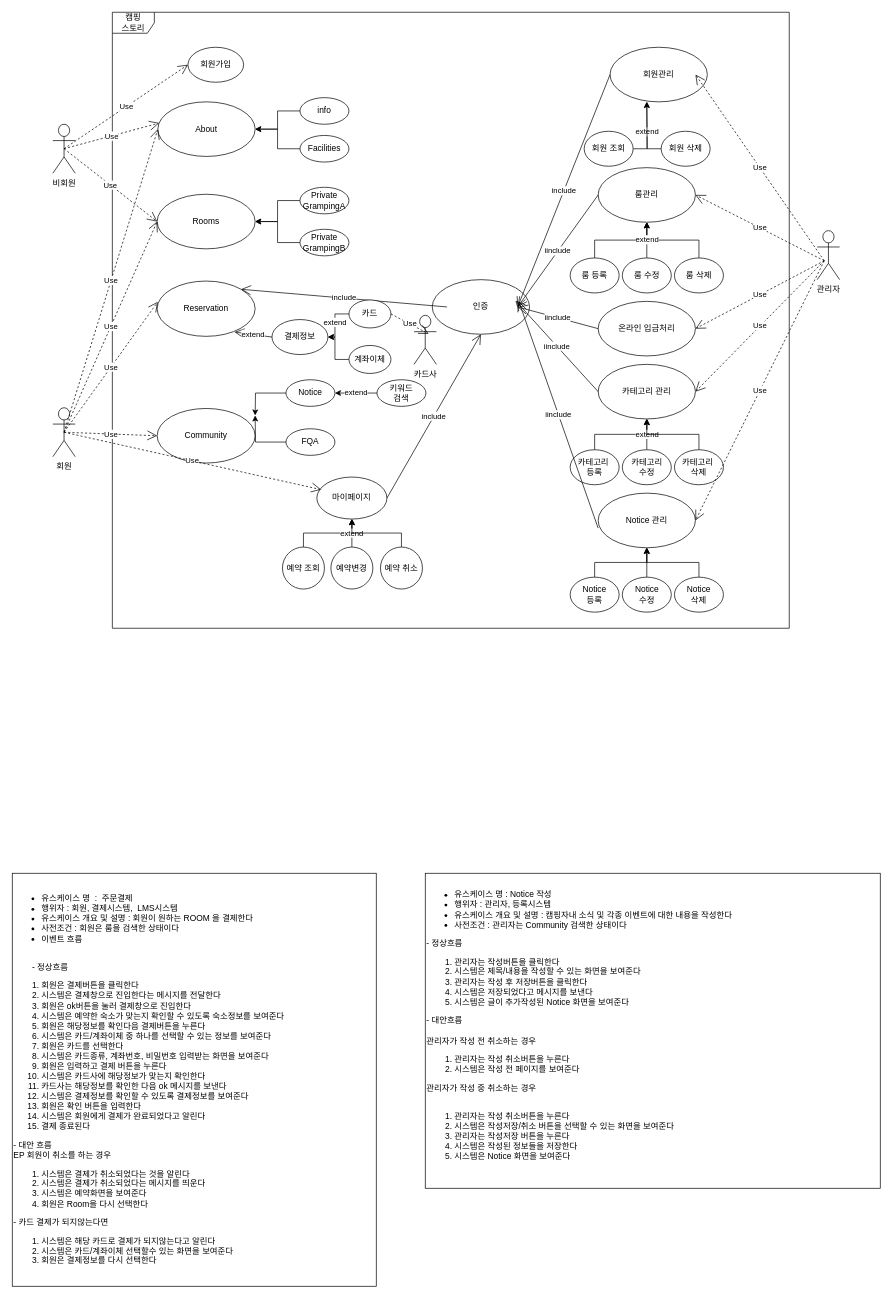
Earlier version of the draw.io diagram CJG Usecase.drawio (JeongJason/Camping-Story). Source tidied: cells renumbered, new cells numbered last; positions are measured from the earlier drawing's top-left corner, leaving out a move shared by most shapes. Both pictures are drawn from the tidied source at 70%, with x=0, y=0 at pixel (12, 12).
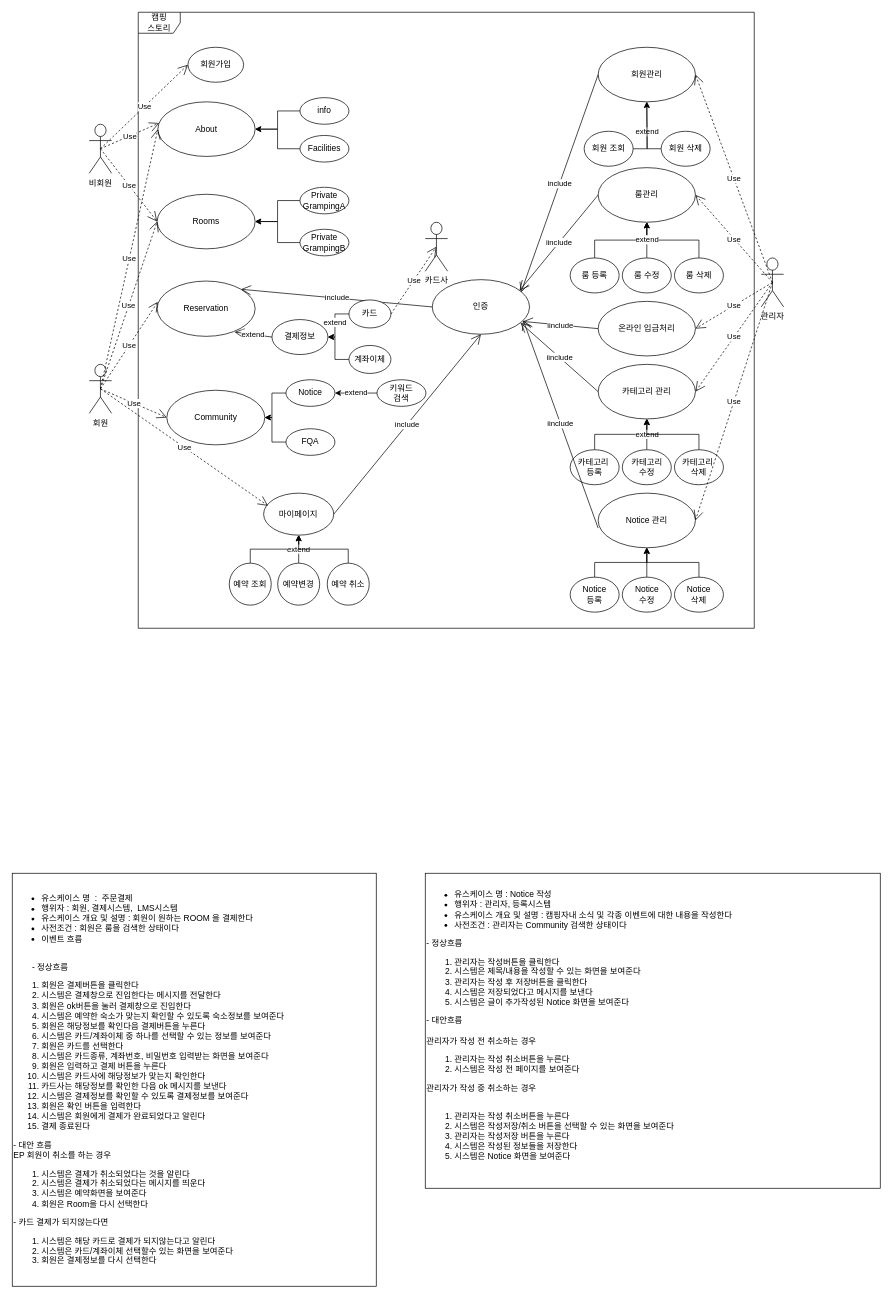
The same page after the edit.

The change refers to these unchanged cells:
```xml
<mxCell id="8" value="Reservation" style="ellipse;whiteSpace=wrap;html=1;" parent="1" vertex="1">
  <mxGeometry x="207" y="384" width="140" height="79" as="geometry" />
</mxCell>
<mxCell id="26" value="인증" style="ellipse;whiteSpace=wrap;html=1;" parent="1" vertex="1">
  <mxGeometry x="600" y="382" width="139" height="78" as="geometry" />
</mxCell>
<mxCell id="34" value="룸관리" style="ellipse;whiteSpace=wrap;html=1;" parent="1" vertex="1">
  <mxGeometry x="837" y="222" width="139" height="78" as="geometry" />
</mxCell>
<mxCell id="42" value="온라인 입금처리" style="ellipse;whiteSpace=wrap;html=1;" parent="1" vertex="1">
  <mxGeometry x="837" y="413" width="139" height="78" as="geometry" />
</mxCell>
<mxCell id="43" value="카테고리 관리" style="ellipse;whiteSpace=wrap;html=1;" parent="1" vertex="1">
  <mxGeometry x="837" y="503" width="139" height="78" as="geometry" />
</mxCell>
<mxCell id="59" value="카드" style="ellipse;whiteSpace=wrap;html=1;" parent="1" vertex="1">
  <mxGeometry x="481" y="411" width="60" height="40" as="geometry" />
</mxCell>
<mxCell id="74" value="Notice" style="ellipse;whiteSpace=wrap;html=1;" parent="1" vertex="1">
  <mxGeometry x="391" y="525" width="70" height="38" as="geometry" />
</mxCell>
<mxCell id="76" value="FQA" style="ellipse;whiteSpace=wrap;html=1;" parent="1" vertex="1">
  <mxGeometry x="391" y="595" width="70" height="38" as="geometry" />
</mxCell>
<mxCell id="81" value="Notice 관리" style="ellipse;whiteSpace=wrap;html=1;" parent="1" vertex="1">
  <mxGeometry x="837" y="687" width="139" height="78" as="geometry" />
</mxCell>
```

Change to the diagram source:
```diff
@@
     <mxCell id="2" value="캠핑&lt;br&gt;스토리" style="shape=umlFrame;whiteSpace=wrap;html=1;" parent="1" vertex="1">
-      <mxGeometry x="143" width="967" height="880" as="geometry" />
+      <mxGeometry x="180" width="880" height="880" as="geometry" />
     </mxCell>
     <mxCell id="3" value="회원" style="shape=umlActor;verticalLabelPosition=bottom;verticalAlign=top;html=1;" parent="1" vertex="1">
-      <mxGeometry x="58" y="565" width="32" height="70" as="geometry" />
+      <mxGeometry x="110" y="503" width="32" height="70" as="geometry" />
     </mxCell>
     <mxCell id="4" value="비회원" style="shape=umlActor;verticalLabelPosition=bottom;verticalAlign=top;html=1;" parent="1" vertex="1">
-      <mxGeometry x="58" y="160" width="32" height="70" as="geometry" />
+      <mxGeometry x="110" y="160" width="32" height="70" as="geometry" />
     </mxCell>
-    <mxCell id="5" value="관리자" style="shape=umlActor;verticalLabelPosition=bottom;verticalAlign=top;html=1;" parent="1" vertex="1">
-      <mxGeometry x="1150" y="312" width="32" height="70" as="geometry" />
-    </mxCell>
@@
     <mxCell id="9" value="Community" style="ellipse;whiteSpace=wrap;html=1;" parent="1" vertex="1">
-      <mxGeometry x="207" y="566" width="140" height="78" as="geometry" />
+      <mxGeometry x="220.8" y="540" width="140" height="78" as="geometry" />
     </mxCell>
@@
     <mxCell id="17" value="마이페이지" style="ellipse;whiteSpace=wrap;html=1;" parent="1" vertex="1">
-      <mxGeometry x="435.1" y="664" width="100.2" height="60" as="geometry" />
+      <mxGeometry x="359.1" y="687" width="100.2" height="60" as="geometry" />
     </mxCell>
@@
     <mxCell id="19" value="예약 조회" style="ellipse;whiteSpace=wrap;html=1;" parent="1" vertex="1">
-      <mxGeometry x="386" y="764" width="60" height="60" as="geometry" />
+      <mxGeometry x="310" y="787" width="60" height="60" as="geometry" />
     </mxCell>
@@
     <mxCell id="21" value="예약변경" style="ellipse;whiteSpace=wrap;html=1;" parent="1" vertex="1">
-      <mxGeometry x="455.2" y="764" width="60" height="60" as="geometry" />
+      <mxGeometry x="379.2" y="787" width="60" height="60" as="geometry" />
     </mxCell>
@@
     <mxCell id="23" value="예약 취소" style="ellipse;whiteSpace=wrap;html=1;" parent="1" vertex="1">
-      <mxGeometry x="526" y="764" width="60" height="60" as="geometry" />
+      <mxGeometry x="450" y="787" width="60" height="60" as="geometry" />
     </mxCell>
@@
-    <mxCell id="27" value="include" style="endArrow=open;endSize=12;html=1;rounded=0;entryX=1;entryY=0;entryDx=0;entryDy=0;exitX=0;exitY=0.5;exitDx=0;exitDy=0;" parent="1" edge="1" target="8">
-      <mxGeometry relative="1" as="geometry">
-        <mxPoint x="621" y="421" as="sourcePoint" />
-      </mxGeometry>
+    <mxCell id="27" value="include" style="endArrow=open;endSize=12;html=1;rounded=0;entryX=1;entryY=0;entryDx=0;entryDy=0;exitX=0;exitY=0.5;exitDx=0;exitDy=0;" parent="1" edge="1" source="26" target="8">
+      <mxGeometry relative="1" as="geometry" />
     </mxCell>
     <mxCell id="28" value="회원관리" style="ellipse;whiteSpace=wrap;html=1;" parent="1" vertex="1">
-      <mxGeometry x="854" y="50" width="139" height="78" as="geometry" />
+      <mxGeometry x="837" y="50" width="139" height="78" as="geometry" />
     </mxCell>
@@
-    <mxCell id="33" value="Use" style="endArrow=open;endSize=12;dashed=1;html=1;rounded=0;exitX=0.5;exitY=0.5;exitDx=0;exitDy=0;exitPerimeter=0;entryX=1;entryY=0.5;entryDx=0;entryDy=0;" parent="1" edge="1">
+    <mxCell id="33" value="Use" style="endArrow=open;endSize=12;dashed=1;html=1;rounded=0;exitX=0.5;exitY=0.5;exitDx=0;exitDy=0;exitPerimeter=0;entryX=1;entryY=0.5;entryDx=0;entryDy=0;" parent="1" edge="1" source="5">
       <mxGeometry relative="1" as="geometry">
-        <mxPoint x="1160" y="355" as="sourcePoint" />
         <mxPoint x="976" y="89" as="targetPoint" />
       </mxGeometry>
     </mxCell>
@@
-    <mxCell id="41" value="Use" style="endArrow=open;endSize=12;dashed=1;html=1;rounded=0;exitX=0.5;exitY=0.5;exitDx=0;exitDy=0;exitPerimeter=0;entryX=1;entryY=0.5;entryDx=0;entryDy=0;" parent="1" edge="1" target="34">
-      <mxGeometry relative="1" as="geometry">
-        <mxPoint x="1160" y="355" as="sourcePoint" />
-      </mxGeometry>
+    <mxCell id="41" value="Use" style="endArrow=open;endSize=12;dashed=1;html=1;rounded=0;exitX=0.5;exitY=0.5;exitDx=0;exitDy=0;exitPerimeter=0;entryX=1;entryY=0.5;entryDx=0;entryDy=0;" parent="1" edge="1" source="5" target="34">
+      <mxGeometry relative="1" as="geometry" />
     </mxCell>
@@
-    <mxCell id="50" value="Use" style="endArrow=open;endSize=12;dashed=1;html=1;rounded=0;exitX=0.5;exitY=0.5;exitDx=0;exitDy=0;exitPerimeter=0;entryX=1;entryY=0.5;entryDx=0;entryDy=0;" parent="1" edge="1" target="42">
-      <mxGeometry relative="1" as="geometry">
-        <mxPoint x="1160" y="355" as="sourcePoint" />
-      </mxGeometry>
+    <mxCell id="50" value="Use" style="endArrow=open;endSize=12;dashed=1;html=1;rounded=0;exitX=0.5;exitY=0.5;exitDx=0;exitDy=0;exitPerimeter=0;entryX=1;entryY=0.5;entryDx=0;entryDy=0;" parent="1" edge="1" source="5" target="42">
+      <mxGeometry relative="1" as="geometry" />
     </mxCell>
-    <mxCell id="51" value="Use" style="endArrow=open;endSize=12;dashed=1;html=1;rounded=0;exitX=0.5;exitY=0.5;exitDx=0;exitDy=0;exitPerimeter=0;entryX=1;entryY=0.5;entryDx=0;entryDy=0;" parent="1" edge="1" target="43">
-      <mxGeometry relative="1" as="geometry">
-        <mxPoint x="1160" y="355" as="sourcePoint" />
-      </mxGeometry>
+    <mxCell id="51" value="Use" style="endArrow=open;endSize=12;dashed=1;html=1;rounded=0;exitX=0.5;exitY=0.5;exitDx=0;exitDy=0;exitPerimeter=0;entryX=1;entryY=0.5;entryDx=0;entryDy=0;" parent="1" edge="1" source="5" target="43">
+      <mxGeometry relative="1" as="geometry" />
     </mxCell>
-    <mxCell id="52" value="include" style="endArrow=open;endSize=12;html=1;rounded=0;exitX=0;exitY=0.5;exitDx=0;exitDy=0;entryX=1;entryY=0.5;entryDx=0;entryDy=0;" parent="1" edge="1" source="28">
-      <mxGeometry relative="1" as="geometry">
-        <mxPoint x="722" y="421" as="targetPoint" />
-      </mxGeometry>
+    <mxCell id="52" value="include" style="endArrow=open;endSize=12;html=1;rounded=0;exitX=0;exitY=0.5;exitDx=0;exitDy=0;entryX=0.912;entryY=0.234;entryDx=0;entryDy=0;entryPerimeter=0;" parent="1" edge="1" source="28" target="26">
+      <mxGeometry relative="1" as="geometry" />
     </mxCell>
-    <mxCell id="53" value="iinclude" style="endArrow=open;endSize=12;html=1;rounded=0;exitX=0;exitY=0.5;exitDx=0;exitDy=0;entryX=1;entryY=0.5;entryDx=0;entryDy=0;" parent="1" edge="1" source="34">
-      <mxGeometry relative="1" as="geometry">
-        <mxPoint x="722" y="421" as="targetPoint" />
-      </mxGeometry>
+    <mxCell id="53" value="iinclude" style="endArrow=open;endSize=12;html=1;rounded=0;exitX=0;exitY=0.5;exitDx=0;exitDy=0;entryX=0.897;entryY=0.199;entryDx=0;entryDy=0;entryPerimeter=0;" parent="1" edge="1" source="34" target="26">
+      <mxGeometry relative="1" as="geometry" />
     </mxCell>
-    <mxCell id="54" value="iinclude" style="endArrow=open;endSize=12;html=1;rounded=0;exitX=0;exitY=0.5;exitDx=0;exitDy=0;entryX=1;entryY=0.5;entryDx=0;entryDy=0;" parent="1" edge="1" source="42">
-      <mxGeometry relative="1" as="geometry">
-        <mxPoint x="722" y="421" as="targetPoint" />
-      </mxGeometry>
+    <mxCell id="54" value="iinclude" style="endArrow=open;endSize=12;html=1;rounded=0;exitX=0;exitY=0.5;exitDx=0;exitDy=0;entryX=0.932;entryY=0.765;entryDx=0;entryDy=0;entryPerimeter=0;" parent="1" edge="1" source="42" target="26">
+      <mxGeometry relative="1" as="geometry" />
     </mxCell>
-    <mxCell id="55" value="iinclude" style="endArrow=open;endSize=12;html=1;rounded=0;exitX=0;exitY=0.5;exitDx=0;exitDy=0;entryX=0.978;entryY=0.385;entryDx=0;entryDy=0;entryPerimeter=0;" parent="1" edge="1" source="43">
-      <mxGeometry relative="1" as="geometry">
-        <mxPoint x="718.9" y="412" as="targetPoint" />
-      </mxGeometry>
+    <mxCell id="55" value="iinclude" style="endArrow=open;endSize=12;html=1;rounded=0;exitX=0;exitY=0.5;exitDx=0;exitDy=0;entryX=0.907;entryY=0.791;entryDx=0;entryDy=0;entryPerimeter=0;" parent="1" edge="1" source="43" target="26">
+      <mxGeometry relative="1" as="geometry" />
     </mxCell>
@@
     <mxCell id="62" value="카드사" style="shape=umlActor;verticalLabelPosition=bottom;verticalAlign=top;html=1;" parent="1" vertex="1">
-      <mxGeometry x="574" y="433" width="32" height="70" as="geometry" />
+      <mxGeometry x="590" y="300" width="32" height="70" as="geometry" />
     </mxCell>
-    <mxCell id="63" value="Use" style="endArrow=open;endSize=12;dashed=1;html=1;rounded=0;exitX=1;exitY=0.5;exitDx=0;exitDy=0;" parent="1" edge="1" source="59">
-      <mxGeometry relative="1" as="geometry">
-        <mxPoint x="595" y="459.5" as="targetPoint" />
-      </mxGeometry>
+    <mxCell id="63" value="Use" style="endArrow=open;endSize=12;dashed=1;html=1;rounded=0;exitX=1;exitY=0.5;exitDx=0;exitDy=0;entryX=0.5;entryY=0.5;entryDx=0;entryDy=0;entryPerimeter=0;" parent="1" edge="1" source="59" target="62">
+      <mxGeometry relative="1" as="geometry" />
     </mxCell>
@@
-    <mxCell id="73" style="edgeStyle=orthogonalEdgeStyle;rounded=0;jettySize=auto;html=1;" parent="1" edge="1" source="74">
-      <mxGeometry relative="1" as="geometry">
-        <mxPoint x="347" y="576" as="targetPoint" />
-      </mxGeometry>
-    </mxCell>
+    <mxCell id="90" style="edgeStyle=orthogonalEdgeStyle;rounded=0;jettySize=auto;html=1;" parent="1" edge="1" source="74" target="9">
+      <mxGeometry relative="1" as="geometry" />
+    </mxCell>
@@
-    <mxCell id="75" style="edgeStyle=orthogonalEdgeStyle;rounded=0;jettySize=auto;html=1;" parent="1" edge="1" source="76">
-      <mxGeometry relative="1" as="geometry">
-        <mxPoint x="347" y="576" as="targetPoint" />
-      </mxGeometry>
-    </mxCell>
+    <mxCell id="91" style="edgeStyle=orthogonalEdgeStyle;rounded=0;jettySize=auto;html=1;" parent="1" edge="1" source="76" target="9">
+      <mxGeometry relative="1" as="geometry" />
+    </mxCell>
@@
-    <mxCell id="88" value="Use" style="endArrow=open;endSize=12;dashed=1;html=1;rounded=0;exitX=0.5;exitY=0.5;exitDx=0;exitDy=0;exitPerimeter=0;entryX=1;entryY=0.5;entryDx=0;entryDy=0;" parent="1" edge="1" target="81">
-      <mxGeometry relative="1" as="geometry">
-        <mxPoint x="1160" y="355" as="sourcePoint" />
-      </mxGeometry>
+    <mxCell id="88" value="Use" style="endArrow=open;endSize=12;dashed=1;html=1;rounded=0;exitX=0.5;exitY=0.5;exitDx=0;exitDy=0;exitPerimeter=0;entryX=1;entryY=0.5;entryDx=0;entryDy=0;" parent="1" edge="1" source="5" target="81">
+      <mxGeometry relative="1" as="geometry" />
     </mxCell>
-    <mxCell id="89" value="iinclude" style="endArrow=open;endSize=12;html=1;rounded=0;exitX=0;exitY=0.641;exitDx=0;exitDy=0;exitPerimeter=0;entryX=1.012;entryY=0.4;entryDx=0;entryDy=0;entryPerimeter=0;" parent="1" edge="1" source="81">
+    <mxCell id="89" value="iinclude" style="endArrow=open;endSize=12;html=1;rounded=0;exitX=0;exitY=0.641;exitDx=0;exitDy=0;exitPerimeter=0;" parent="1" edge="1" source="81">
       <mxGeometry relative="1" as="geometry">
-        <mxPoint x="723.7" y="413.2" as="targetPoint" />
+        <mxPoint x="730" y="440" as="targetPoint" />
       </mxGeometry>
     </mxCell>
+    <mxCell id="5" value="관리자" style="shape=umlActor;verticalLabelPosition=bottom;verticalAlign=top;html=1;" parent="1" vertex="1">
+      <mxGeometry x="1070" y="351" width="32" height="70" as="geometry" />
+    </mxCell>
```
